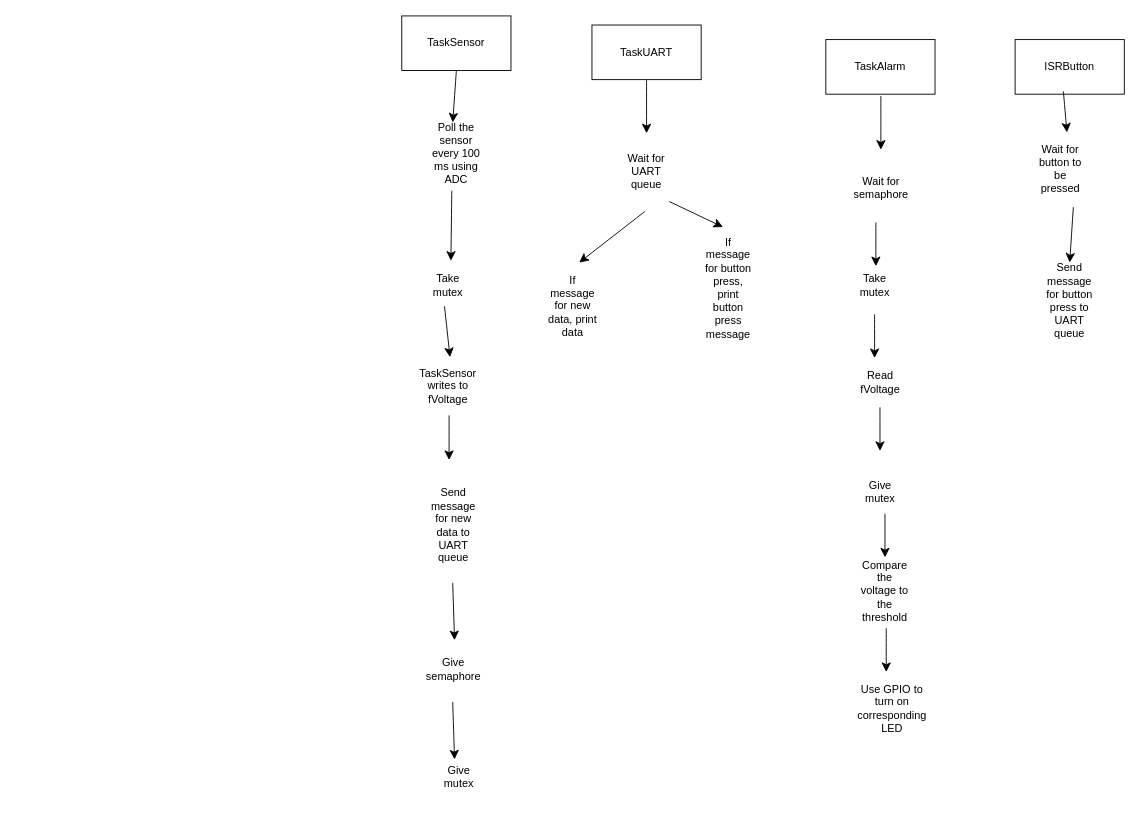
This is page "Tasks" (1 of 2) of battery-monitor.drawio from erinjhu/battery-monitor, a draw.io file, before an edit. Source tidied: cells renumbered, new cells numbered last; positions are measured from the earlier drawing's top-left corner, leaving out a move shared by most shapes. Both pictures are drawn from the tidied source at 91%, with x=0, y=0 at pixel (401, 15).
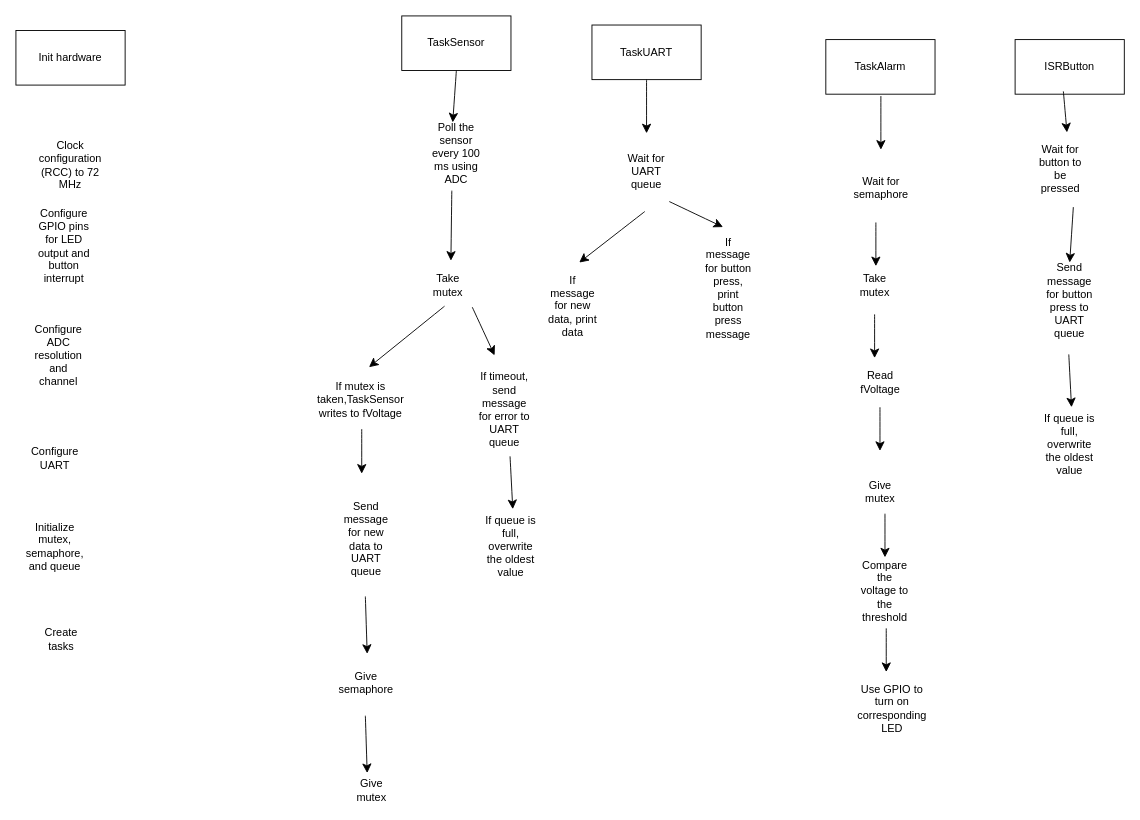
The same page after the edit.

Unchanged cells that the change refers to:
```xml
<mxCell id="26" value="Take mutex" style="text;html=1;whiteSpace=wrap;strokeColor=none;fillColor=none;align=center;verticalAlign=middle;rounded=0;" parent="1" vertex="1">
  <mxGeometry x="21" y="281" width="60" height="30" as="geometry" />
</mxCell>
```

Diff of the diagram source:
```diff
@@
-    <mxCell id="8" value="TaskSensor writes to fVoltage" style="text;html=1;whiteSpace=wrap;strokeColor=none;fillColor=none;align=center;verticalAlign=middle;rounded=0;" parent="1" vertex="1">
-      <mxGeometry x="21" y="392" width="60" height="30" as="geometry" />
+    <mxCell id="8" value="If mutex is taken,TaskSensor writes to fVoltage" style="text;html=1;whiteSpace=wrap;strokeColor=none;fillColor=none;align=center;verticalAlign=middle;rounded=0;" parent="1" vertex="1">
+      <mxGeometry x="-75" y="407" width="60" height="30" as="geometry" />
     </mxCell>
@@
     <mxCell id="27" style="endArrow=classic;html=1;rounded=0;fontSize=12;startSize=8;endSize=8;curved=1;exitX=0.433;exitY=1.267;exitDx=0;exitDy=0;exitPerimeter=0;" parent="1" edge="1" source="26">
       <mxGeometry relative="1" as="geometry">
-        <mxPoint x="53" y="375" as="targetPoint" />
+        <mxPoint x="-36" y="386" as="targetPoint" />
       </mxGeometry>
     </mxCell>
     <mxCell id="28" value="Give mutex" style="text;html=1;whiteSpace=wrap;strokeColor=none;fillColor=none;align=center;verticalAlign=middle;rounded=0;" parent="1" vertex="1">
-      <mxGeometry x="33" y="821" width="60" height="30" as="geometry" />
+      <mxGeometry x="-63" y="836" width="60" height="30" as="geometry" />
     </mxCell>
     <mxCell id="29" style="endArrow=classic;html=1;rounded=0;fontSize=12;startSize=8;endSize=8;curved=1;" parent="1" edge="1">
       <mxGeometry relative="1" as="geometry">
-        <mxPoint x="52" y="439" as="sourcePoint" />
-        <mxPoint x="52" y="488" as="targetPoint" />
+        <mxPoint x="-44" y="454" as="sourcePoint" />
+        <mxPoint x="-44" y="503" as="targetPoint" />
       </mxGeometry>
     </mxCell>
@@
     <mxCell id="35" value="Send message for new data to UART queue" style="text;html=1;whiteSpace=wrap;strokeColor=none;fillColor=none;align=center;verticalAlign=middle;rounded=0;" parent="1" vertex="1">
-      <mxGeometry x="27" y="545" width="60" height="30" as="geometry" />
+      <mxGeometry x="-69" y="560" width="60" height="30" as="geometry" />
     </mxCell>
@@
     <mxCell id="37" style="endArrow=classic;html=1;rounded=0;fontSize=12;startSize=8;endSize=8;curved=1;exitX=0.5;exitY=1;exitDx=0;exitDy=0;entryX=0.5;entryY=0;entryDx=0;entryDy=0;" parent="1" edge="1">
       <mxGeometry relative="1" as="geometry">
-        <mxPoint x="56" y="623" as="sourcePoint" />
-        <mxPoint x="58" y="686" as="targetPoint" />
+        <mxPoint x="-40" y="638" as="sourcePoint" />
+        <mxPoint x="-38" y="701" as="targetPoint" />
       </mxGeometry>
     </mxCell>
     <mxCell id="38" value="Give semaphore" style="text;html=1;whiteSpace=wrap;strokeColor=none;fillColor=none;align=center;verticalAlign=middle;rounded=0;" parent="1" vertex="1">
-      <mxGeometry x="27" y="703" width="60" height="30" as="geometry" />
+      <mxGeometry x="-69" y="718" width="60" height="30" as="geometry" />
     </mxCell>
     <mxCell id="39" style="endArrow=classic;html=1;rounded=0;fontSize=12;startSize=8;endSize=8;curved=1;exitX=0.5;exitY=1;exitDx=0;exitDy=0;entryX=0.5;entryY=0;entryDx=0;entryDy=0;" parent="1" edge="1">
       <mxGeometry relative="1" as="geometry">
-        <mxPoint x="56" y="754" as="sourcePoint" />
-        <mxPoint x="58" y="817" as="targetPoint" />
+        <mxPoint x="-40" y="769" as="sourcePoint" />
+        <mxPoint x="-38" y="832" as="targetPoint" />
       </mxGeometry>
     </mxCell>
+    <mxCell id="40" value="Init hardware" style="rounded=0;whiteSpace=wrap;html=1;" parent="1" vertex="1">
+      <mxGeometry x="-424" y="16" width="120" height="60" as="geometry" />
+    </mxCell>
+    <mxCell id="41" value="If timeout, send message for error to UART queue" style="text;html=1;whiteSpace=wrap;strokeColor=none;fillColor=none;align=center;verticalAlign=middle;rounded=0;" parent="1" vertex="1">
+      <mxGeometry x="83" y="418" width="60" height="30" as="geometry" />
+    </mxCell>
+    <mxCell id="42" style="endArrow=classic;html=1;rounded=0;fontSize=12;startSize=8;endSize=8;curved=1;exitX=0.941;exitY=1.3;exitDx=0;exitDy=0;exitPerimeter=0;" parent="1" edge="1" source="26">
+      <mxGeometry relative="1" as="geometry">
+        <mxPoint x="102" y="373" as="targetPoint" />
+      </mxGeometry>
+    </mxCell>
+    <mxCell id="43" value="If queue is full, overwrite the oldest value" style="text;html=1;whiteSpace=wrap;strokeColor=none;fillColor=none;align=center;verticalAlign=middle;rounded=0;" parent="1" vertex="1">
+      <mxGeometry x="90" y="568" width="60" height="30" as="geometry" />
+    </mxCell>
+    <mxCell id="44" style="endArrow=classic;html=1;rounded=0;fontSize=12;startSize=8;endSize=8;curved=1;" parent="1" edge="1">
+      <mxGeometry relative="1" as="geometry">
+        <mxPoint x="119" y="484" as="sourcePoint" />
+        <mxPoint x="122" y="542" as="targetPoint" />
+      </mxGeometry>
+    </mxCell>
+    <mxCell id="45" value="If queue is full, overwrite the oldest value" style="text;html=1;whiteSpace=wrap;strokeColor=none;fillColor=none;align=center;verticalAlign=middle;rounded=0;" parent="1" vertex="1">
+      <mxGeometry x="704" y="456" width="60" height="30" as="geometry" />
+    </mxCell>
+    <mxCell id="46" style="endArrow=classic;html=1;rounded=0;fontSize=12;startSize=8;endSize=8;curved=1;" parent="1" edge="1">
+      <mxGeometry relative="1" as="geometry">
+        <mxPoint x="733" y="372" as="sourcePoint" />
+        <mxPoint x="736" y="430" as="targetPoint" />
+      </mxGeometry>
+    </mxCell>
+    <mxCell id="47" value="Clock configuration (RCC) to 72 MHz" style="text;html=1;whiteSpace=wrap;strokeColor=none;fillColor=none;align=center;verticalAlign=middle;rounded=0;" parent="1" vertex="1">
+      <mxGeometry x="-394" y="149" width="60" height="30" as="geometry" />
+    </mxCell>
+    <mxCell id="48" value="Configure GPIO pins for LED output and button interrupt" style="text;html=1;whiteSpace=wrap;strokeColor=none;fillColor=none;align=center;verticalAlign=middle;rounded=0;" parent="1" vertex="1">
+      <mxGeometry x="-401" y="238" width="60" height="30" as="geometry" />
+    </mxCell>
+    <mxCell id="49" value="Configure ADC resolution and channel" style="text;html=1;whiteSpace=wrap;strokeColor=none;fillColor=none;align=center;verticalAlign=middle;rounded=0;" parent="1" vertex="1">
+      <mxGeometry x="-407" y="358" width="60" height="30" as="geometry" />
+    </mxCell>
+    <mxCell id="50" value="Configure UART" style="text;html=1;whiteSpace=wrap;strokeColor=none;fillColor=none;align=center;verticalAlign=middle;rounded=0;" parent="1" vertex="1">
+      <mxGeometry x="-411" y="471" width="60" height="30" as="geometry" />
+    </mxCell>
+    <mxCell id="51" value="Initialize mutex, semaphore, and queue" style="text;html=1;whiteSpace=wrap;strokeColor=none;fillColor=none;align=center;verticalAlign=middle;rounded=0;" parent="1" vertex="1">
+      <mxGeometry x="-411" y="568" width="60" height="30" as="geometry" />
+    </mxCell>
+    <mxCell id="52" value="Create tasks" style="text;html=1;whiteSpace=wrap;strokeColor=none;fillColor=none;align=center;verticalAlign=middle;rounded=0;" parent="1" vertex="1">
+      <mxGeometry x="-404" y="670" width="60" height="30" as="geometry" />
+    </mxCell>
```
